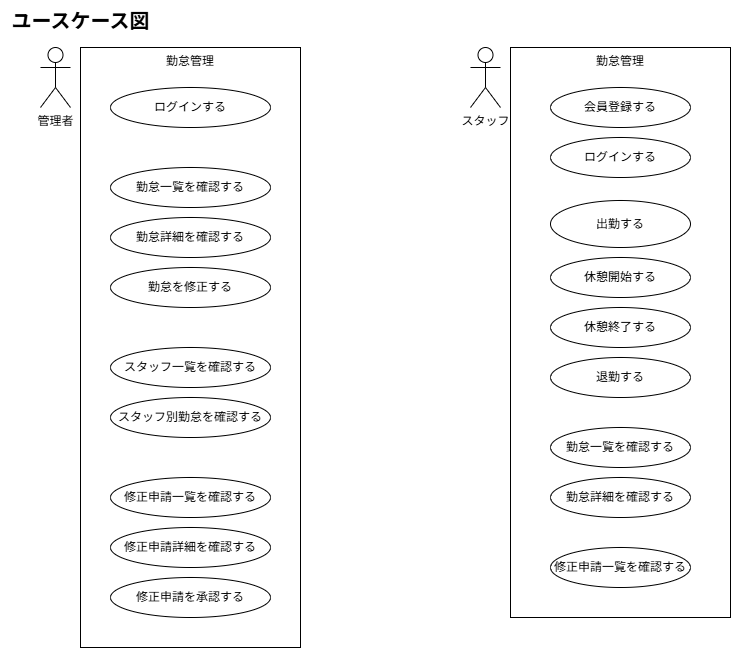
Before: docs/usecase.drawio.png, a diagram exported from draw.io (nayu1011/chronoworks). Source tidied: cells renumbered, new cells last; positions are measured from the earlier drawing's top-left corner, leaving out a move shared by most shapes. Its diagram source:
```xml
<mxGraphModel>
  <root>
    <mxCell id="0" />
    <mxCell id="1" parent="0" />
    <mxCell id="2" value="勤怠管理" style="rounded=0;whiteSpace=wrap;html=1;verticalAlign=top;" parent="1" vertex="1">
      <mxGeometry x="80" y="47" width="220" height="600" as="geometry" />
    </mxCell>
    <mxCell id="3" value="管理者" style="shape=umlActor;verticalLabelPosition=bottom;verticalAlign=top;html=1;" parent="1" vertex="1">
      <mxGeometry x="40" y="47" width="30" height="60" as="geometry" />
    </mxCell>
    <mxCell id="4" value="スタッフ&lt;div&gt;&lt;br&gt;&lt;/div&gt;" style="shape=umlActor;verticalLabelPosition=bottom;verticalAlign=top;html=1;" parent="1" vertex="1">
      <mxGeometry x="470" y="47" width="30" height="60" as="geometry" />
    </mxCell>
    <mxCell id="5" value="勤怠管理" style="rounded=0;whiteSpace=wrap;html=1;verticalAlign=top;" parent="1" vertex="1">
      <mxGeometry x="510" y="47" width="220" height="570" as="geometry" />
    </mxCell>
    <mxCell id="6" value="会員登録する" style="ellipse;whiteSpace=wrap;html=1;" parent="1" vertex="1">
      <mxGeometry x="550" y="87" width="140" height="40" as="geometry" />
    </mxCell>
    <mxCell id="7" value="ログイン&lt;span style=&quot;color: rgb(0, 0, 0);&quot;&gt;する&lt;/span&gt;" style="ellipse;whiteSpace=wrap;html=1;" parent="1" vertex="1">
      <mxGeometry x="550" y="137" width="140" height="40" as="geometry" />
    </mxCell>
    <mxCell id="8" value="勤怠一覧を確認&lt;span style=&quot;color: rgb(0, 0, 0);&quot;&gt;する&lt;/span&gt;" style="ellipse;whiteSpace=wrap;html=1;" parent="1" vertex="1">
      <mxGeometry x="550" y="427" width="140" height="40" as="geometry" />
    </mxCell>
    <mxCell id="9" value="修正申請一覧を確認&lt;span style=&quot;color: rgb(0, 0, 0);&quot;&gt;する&lt;/span&gt;" style="ellipse;whiteSpace=wrap;html=1;" parent="1" vertex="1">
      <mxGeometry x="550" y="547" width="140" height="40" as="geometry" />
    </mxCell>
    <mxCell id="10" value="勤怠詳細を確認&lt;span style=&quot;color: rgb(0, 0, 0);&quot;&gt;する&lt;/span&gt;" style="ellipse;whiteSpace=wrap;html=1;" parent="1" vertex="1">
      <mxGeometry x="550" y="477" width="140" height="40" as="geometry" />
    </mxCell>
    <mxCell id="11" value="出勤&lt;span style=&quot;color: rgb(0, 0, 0);&quot;&gt;する&lt;/span&gt;" style="ellipse;whiteSpace=wrap;html=1;" parent="1" vertex="1">
      <mxGeometry x="550" y="200" width="140" height="47" as="geometry" />
    </mxCell>
    <mxCell id="12" value="休憩開始&lt;span style=&quot;color: rgb(0, 0, 0);&quot;&gt;する&lt;/span&gt;" style="ellipse;whiteSpace=wrap;html=1;" parent="1" vertex="1">
      <mxGeometry x="550" y="257" width="140" height="40" as="geometry" />
    </mxCell>
    <mxCell id="13" value="休憩終了&lt;span style=&quot;color: rgb(0, 0, 0);&quot;&gt;する&lt;/span&gt;" style="ellipse;whiteSpace=wrap;html=1;" parent="1" vertex="1">
      <mxGeometry x="550" y="307" width="140" height="40" as="geometry" />
    </mxCell>
    <mxCell id="14" value="退勤&lt;span style=&quot;color: rgb(0, 0, 0);&quot;&gt;する&lt;/span&gt;" style="ellipse;whiteSpace=wrap;html=1;" parent="1" vertex="1">
      <mxGeometry x="550" y="357" width="140" height="40" as="geometry" />
    </mxCell>
    <mxCell id="15" value="ログインする" style="ellipse;whiteSpace=wrap;html=1;" parent="1" vertex="1">
      <mxGeometry x="110" y="87" width="160" height="40" as="geometry" />
    </mxCell>
    <mxCell id="16" value="勤怠一覧を確認&lt;span style=&quot;color: rgb(0, 0, 0);&quot;&gt;する&lt;/span&gt;" style="ellipse;whiteSpace=wrap;html=1;" parent="1" vertex="1">
      <mxGeometry x="110" y="167" width="160" height="40" as="geometry" />
    </mxCell>
    <mxCell id="17" value="勤怠詳細を確認&lt;span style=&quot;color: rgb(0, 0, 0);&quot;&gt;する&lt;/span&gt;" style="ellipse;whiteSpace=wrap;html=1;" parent="1" vertex="1">
      <mxGeometry x="110" y="217" width="160" height="40" as="geometry" />
    </mxCell>
    <mxCell id="18" value="勤怠を修正&lt;span style=&quot;color: rgb(0, 0, 0);&quot;&gt;する&lt;/span&gt;" style="ellipse;whiteSpace=wrap;html=1;" parent="1" vertex="1">
      <mxGeometry x="110" y="267" width="160" height="40" as="geometry" />
    </mxCell>
    <mxCell id="19" value="修正申請を承認する" style="ellipse;whiteSpace=wrap;html=1;" parent="1" vertex="1">
      <mxGeometry x="110" y="577" width="160" height="40" as="geometry" />
    </mxCell>
    <mxCell id="20" value="スタッフ一覧を確認する" style="ellipse;whiteSpace=wrap;html=1;" parent="1" vertex="1">
      <mxGeometry x="110" y="347" width="160" height="40" as="geometry" />
    </mxCell>
    <mxCell id="21" value="スタッフ別勤怠を確認する" style="ellipse;whiteSpace=wrap;html=1;" parent="1" vertex="1">
      <mxGeometry x="110" y="397" width="160" height="40" as="geometry" />
    </mxCell>
    <mxCell id="22" value="修正申請一覧を確認する" style="ellipse;whiteSpace=wrap;html=1;" parent="1" vertex="1">
      <mxGeometry x="110" y="477" width="160" height="40" as="geometry" />
    </mxCell>
    <mxCell id="23" value="修正申請詳細を確認する" style="ellipse;whiteSpace=wrap;html=1;" parent="1" vertex="1">
      <mxGeometry x="110" y="527" width="160" height="40" as="geometry" />
    </mxCell>
    <mxCell id="24" value="&lt;b&gt;&lt;font style=&quot;font-size: 20px;&quot;&gt;ユースケース図&lt;/font&gt;&lt;/b&gt;" style="text;html=1;align=center;verticalAlign=middle;strokeColor=none;fillColor=none;" parent="1" vertex="1">
      <mxGeometry width="160" height="40" as="geometry" />
    </mxCell>
  </root>
</mxGraphModel>
```
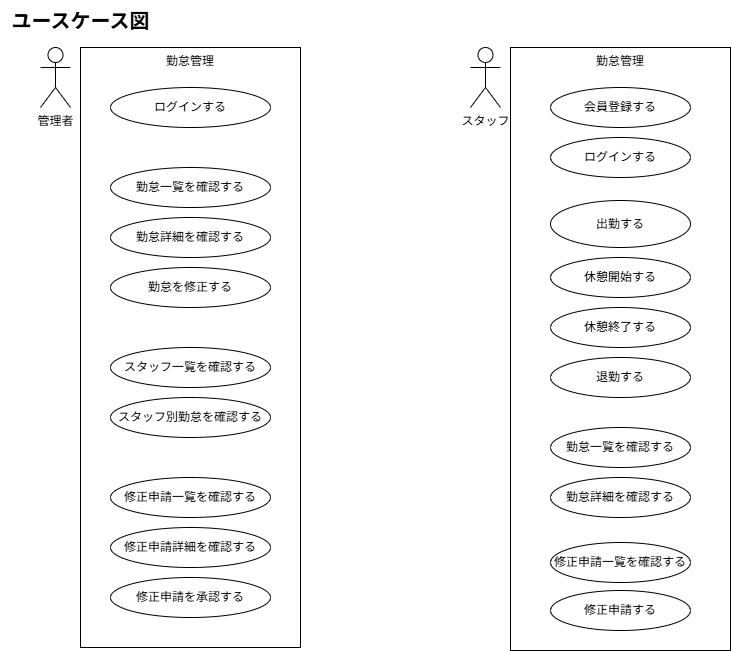
After the commit.

The edit, as a diff of the source:
```diff
@@ -1,4 +1,4 @@
-<mxGraphModel>
+<mxGraphModel background="#FFFFFF">
   <root>
     <mxCell id="0" />
     <mxCell id="1" parent="0" />
@@ -12,7 +12,7 @@
       <mxGeometry x="470" y="47" width="30" height="60" as="geometry" />
     </mxCell>
     <mxCell id="5" value="勤怠管理" style="rounded=0;whiteSpace=wrap;html=1;verticalAlign=top;" parent="1" vertex="1">
-      <mxGeometry x="510" y="47" width="220" height="570" as="geometry" />
+      <mxGeometry x="510" y="47" width="220" height="603" as="geometry" />
     </mxCell>
     <mxCell id="6" value="会員登録する" style="ellipse;whiteSpace=wrap;html=1;" parent="1" vertex="1">
       <mxGeometry x="550" y="87" width="140" height="40" as="geometry" />
@@ -24,7 +24,7 @@
       <mxGeometry x="550" y="427" width="140" height="40" as="geometry" />
     </mxCell>
     <mxCell id="9" value="修正申請一覧を確認&lt;span style=&quot;color: rgb(0, 0, 0);&quot;&gt;する&lt;/span&gt;" style="ellipse;whiteSpace=wrap;html=1;" parent="1" vertex="1">
-      <mxGeometry x="550" y="547" width="140" height="40" as="geometry" />
+      <mxGeometry x="550" y="542" width="140" height="40" as="geometry" />
     </mxCell>
     <mxCell id="10" value="勤怠詳細を確認&lt;span style=&quot;color: rgb(0, 0, 0);&quot;&gt;する&lt;/span&gt;" style="ellipse;whiteSpace=wrap;html=1;" parent="1" vertex="1">
       <mxGeometry x="550" y="477" width="140" height="40" as="geometry" />
@@ -71,5 +71,8 @@
     <mxCell id="24" value="&lt;b&gt;&lt;font style=&quot;font-size: 20px;&quot;&gt;ユースケース図&lt;/font&gt;&lt;/b&gt;" style="text;html=1;align=center;verticalAlign=middle;strokeColor=none;fillColor=none;" parent="1" vertex="1">
       <mxGeometry width="160" height="40" as="geometry" />
     </mxCell>
+    <mxCell id="25" value="修正申請&lt;span style=&quot;color: rgb(0, 0, 0);&quot;&gt;する&lt;/span&gt;" style="ellipse;whiteSpace=wrap;html=1;" parent="1" vertex="1">
+      <mxGeometry x="550" y="590" width="140" height="40" as="geometry" />
+    </mxCell>
   </root>
 </mxGraphModel>
```
